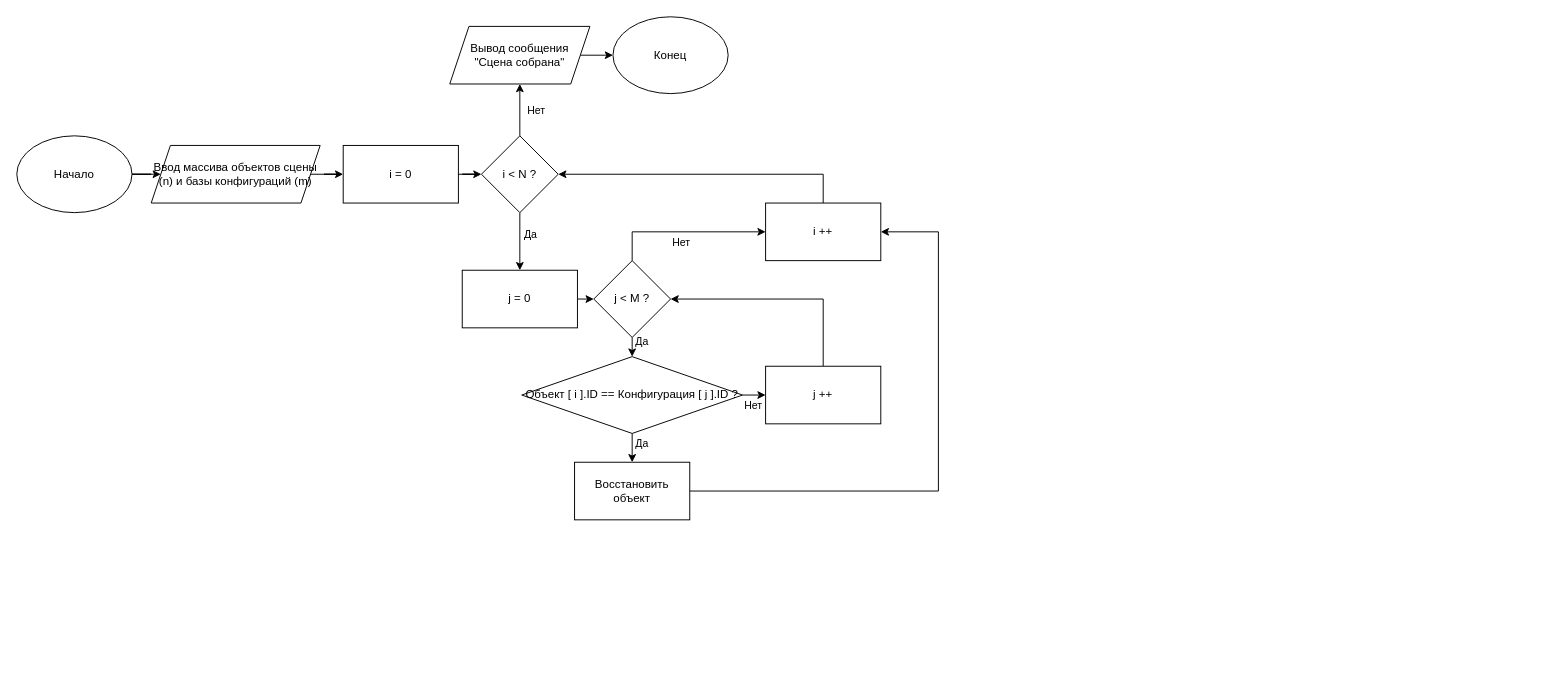
IamYonnie/Ucheb_pratc2026 keeps this draw.io diagram as models/algo_2.drawio. Above is the earlier version. Source tidied: cells renumbered, new cells numbered last; positions are measured from the earlier drawing's top-left corner, leaving out a move shared by most shapes. Both pictures are drawn from the tidied source at 96%, with x=0, y=0 at pixel (16, 16).
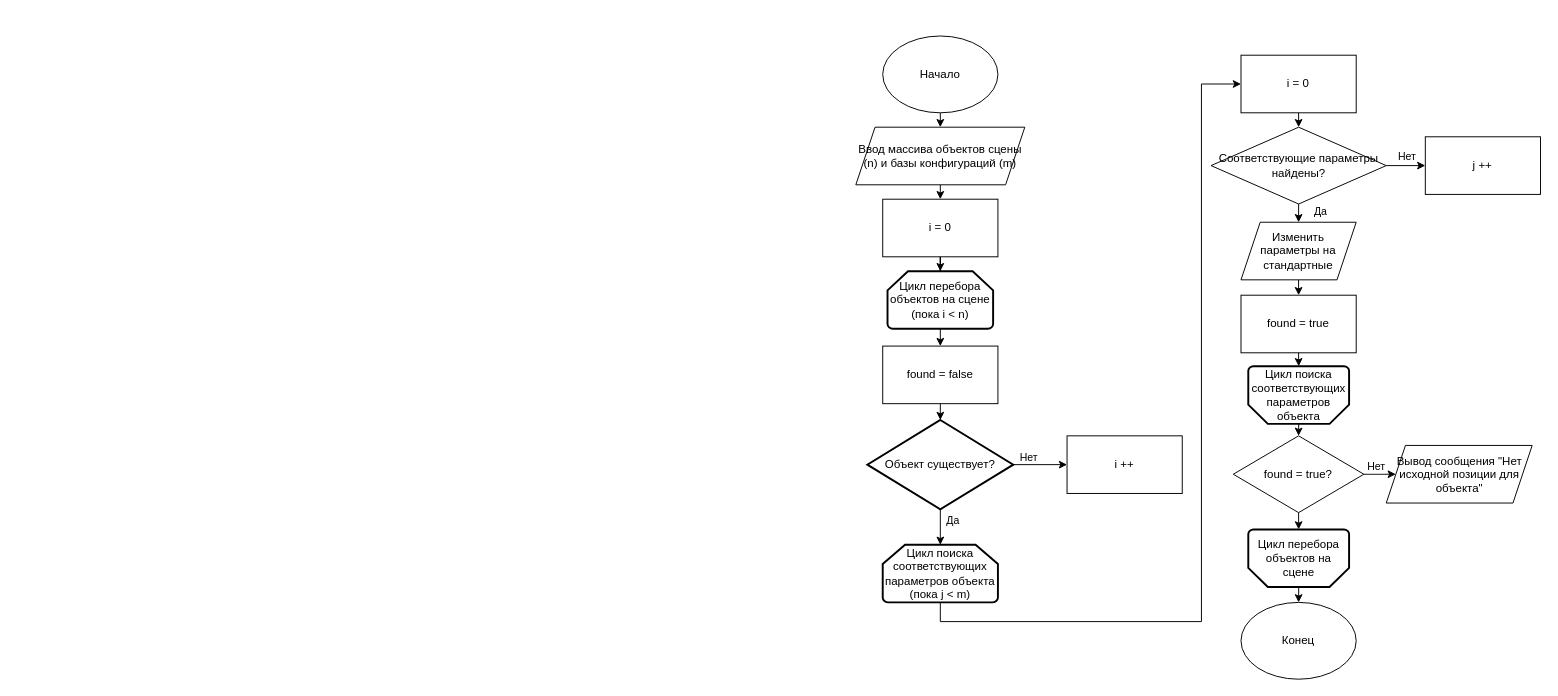
The same page after the edit.

Diff of the diagram source:
```diff
@@
-    <mxCell id="2" style="edgeStyle=orthogonalEdgeStyle;rounded=0;jettySize=auto;html=1;exitX=1;exitY=0.5;exitDx=0;exitDy=0;defaultLabelBackgroundColor=page;" parent="1" edge="1" source="3" target="5">
+    <mxCell id="2" style="edgeStyle=orthogonalEdgeStyle;rounded=0;jettySize=auto;html=1;exitX=0.5;exitY=1;exitDx=0;exitDy=0;entryX=0.5;entryY=0;entryDx=0;entryDy=0;defaultLabelBackgroundColor=page;labelPadding=0 4;" parent="1" edge="1" source="3" target="5">
       <mxGeometry relative="1" as="geometry" />
     </mxCell>
     <mxCell id="3" value="Начало" style="ellipse;whiteSpace=wrap;html=1;shapeInside=1;" parent="1" vertex="1">
-      <mxGeometry y="124" width="120" height="80" as="geometry" />
+      <mxGeometry x="902" y="20" width="120" height="80" as="geometry" />
     </mxCell>
-    <mxCell id="4" style="edgeStyle=orthogonalEdgeStyle;rounded=0;jettySize=auto;html=1;exitX=1;exitY=0.5;exitDx=0;exitDy=0;defaultLabelBackgroundColor=page;" parent="1" edge="1" source="5" target="7">
-      <mxGeometry relative="1" as="geometry" />
-    </mxCell>
+    <mxCell id="34" style="edgeStyle=orthogonalEdgeStyle;rounded=0;jettySize=auto;html=1;exitX=0.5;exitY=1;exitDx=0;exitDy=0;entryX=0.5;entryY=0;entryDx=0;entryDy=0;defaultLabelBackgroundColor=page;labelPadding=0 4;" parent="1" edge="1" source="5" target="36">
+      <mxGeometry relative="1" as="geometry" />
+    </mxCell>
     <mxCell id="5" value="Ввод массива объектов сцены (n) и базы конфигураций (m)" style="shape=parallelogram;perimeter=parallelogramPerimeter;whiteSpace=wrap;html=1;shapeInside=1;fixedSize=1;" parent="1" vertex="1">
-      <mxGeometry x="140" y="134" width="176" height="60" as="geometry" />
+      <mxGeometry x="874" y="115" width="176" height="60" as="geometry" />
     </mxCell>
-    <mxCell id="6" style="edgeStyle=orthogonalEdgeStyle;rounded=0;jettySize=auto;html=1;exitX=1;exitY=0.5;exitDx=0;exitDy=0;defaultLabelBackgroundColor=page;" parent="1" edge="1" source="7" target="12">
-      <mxGeometry relative="1" as="geometry" />
-    </mxCell>
-    <mxCell id="7" value="i = 0" style="rounded=0;whiteSpace=wrap;html=1;" parent="1" vertex="1">
-      <mxGeometry x="340" y="134" width="120" height="60" as="geometry" />
-    </mxCell>
-    <mxCell id="8" style="edgeStyle=orthogonalEdgeStyle;rounded=0;jettySize=auto;html=1;exitX=0.5;exitY=0;exitDx=0;exitDy=0;defaultLabelBackgroundColor=page;" parent="1" edge="1" source="12" target="32">
-      <mxGeometry relative="1" as="geometry" />
-    </mxCell>
-    <mxCell id="9" value="Нет" style="edgeLabel;html=1;align=center;verticalAlign=middle;inheritText=1;defaultLabelBackgroundColor=page;" parent="8" vertex="1">
-      <mxGeometry x="0.5" y="-2" relative="1" as="geometry">
-        <mxPoint x="14" y="14" as="offset" />
-      </mxGeometry>
-    </mxCell>
-    <mxCell id="10" style="edgeStyle=orthogonalEdgeStyle;rounded=0;jettySize=auto;html=1;exitX=0.5;exitY=1;exitDx=0;exitDy=0;entryX=0.5;entryY=0;entryDx=0;entryDy=0;defaultLabelBackgroundColor=page;" parent="1" edge="1" source="12" target="14">
-      <mxGeometry relative="1" as="geometry" />
-    </mxCell>
-    <mxCell id="11" value="Да" style="edgeLabel;html=1;align=center;verticalAlign=middle;inheritText=1;defaultLabelBackgroundColor=page;" parent="10" vertex="1">
-      <mxGeometry x="-0.21" y="-2" relative="1" as="geometry">
-        <mxPoint x="12" y="-2" as="offset" />
-      </mxGeometry>
-    </mxCell>
-    <mxCell id="12" value="i &amp;lt; N ?" style="rhombus;whiteSpace=wrap;html=1;shapeInside=1;" parent="1" vertex="1">
-      <mxGeometry x="484" y="124" width="80" height="80" as="geometry" />
-    </mxCell>
-    <mxCell id="13" style="edgeStyle=orthogonalEdgeStyle;rounded=0;jettySize=auto;html=1;exitX=1;exitY=0.5;exitDx=0;exitDy=0;entryX=0;entryY=0.5;entryDx=0;entryDy=0;defaultLabelBackgroundColor=page;" parent="1" edge="1" source="14" target="19">
-      <mxGeometry relative="1" as="geometry" />
-    </mxCell>
-    <mxCell id="14" value="j = 0" style="rounded=0;whiteSpace=wrap;html=1;" parent="1" vertex="1">
-      <mxGeometry x="464" y="264" width="120" height="60" as="geometry" />
-    </mxCell>
-    <mxCell id="15" style="edgeStyle=orthogonalEdgeStyle;rounded=0;jettySize=auto;html=1;exitX=0.5;exitY=0;exitDx=0;exitDy=0;defaultLabelBackgroundColor=page;" parent="1" edge="1" source="19" target="30">
-      <mxGeometry x="0.41" relative="1" as="geometry" />
-    </mxCell>
-    <mxCell id="16" value="Нет" style="edgeLabel;html=1;align=center;verticalAlign=middle;inheritText=1;defaultLabelBackgroundColor=page;" parent="15" vertex="1">
-      <mxGeometry x="-0.05" y="-2" relative="1" as="geometry">
-        <mxPoint y="8" as="offset" />
-      </mxGeometry>
-    </mxCell>
-    <mxCell id="17" style="edgeStyle=orthogonalEdgeStyle;rounded=0;jettySize=auto;html=1;exitX=0.5;exitY=1;exitDx=0;exitDy=0;entryX=0.5;entryY=0;entryDx=0;entryDy=0;defaultLabelBackgroundColor=page;" parent="1" edge="1" source="19" target="24">
-      <mxGeometry relative="1" as="geometry" />
-    </mxCell>
-    <mxCell id="18" value="Да" style="edgeLabel;html=1;align=center;verticalAlign=middle;inheritText=1;defaultLabelBackgroundColor=page;" parent="17" vertex="1">
-      <mxGeometry x="-0.72" y="1" relative="1" as="geometry">
-        <mxPoint x="8" as="offset" />
-      </mxGeometry>
-    </mxCell>
-    <mxCell id="19" value="j &amp;lt; M ?" style="rhombus;whiteSpace=wrap;html=1;shapeInside=1;" parent="1" vertex="1">
-      <mxGeometry x="601" y="254" width="80" height="80" as="geometry" />
-    </mxCell>
-    <mxCell id="20" style="edgeStyle=orthogonalEdgeStyle;rounded=0;jettySize=auto;html=1;exitX=0.5;exitY=1;exitDx=0;exitDy=0;entryX=0.5;entryY=0;entryDx=0;entryDy=0;defaultLabelBackgroundColor=page;" parent="1" edge="1" source="24" target="26">
-      <mxGeometry relative="1" as="geometry" />
-    </mxCell>
-    <mxCell id="21" value="Да" style="edgeLabel;html=1;align=center;verticalAlign=middle;inheritText=1;defaultLabelBackgroundColor=page;" parent="20" vertex="1">
-      <mxGeometry x="-0.35" relative="1" as="geometry">
-        <mxPoint x="9" as="offset" />
-      </mxGeometry>
-    </mxCell>
-    <mxCell id="22" style="edgeStyle=orthogonalEdgeStyle;rounded=0;jettySize=auto;html=1;exitX=1;exitY=0.5;exitDx=0;exitDy=0;entryX=0;entryY=0.5;entryDx=0;entryDy=0;defaultLabelBackgroundColor=page;" parent="1" edge="1" source="24" target="28">
-      <mxGeometry relative="1" as="geometry" />
-    </mxCell>
-    <mxCell id="23" value="Нет" style="edgeLabel;html=1;align=center;verticalAlign=middle;inheritText=1;defaultLabelBackgroundColor=page;" parent="22" vertex="1">
-      <mxGeometry x="-0.14" y="-2" relative="1" as="geometry">
-        <mxPoint y="8" as="offset" />
-      </mxGeometry>
-    </mxCell>
-    <mxCell id="24" value="Объект [ i ].ID == Конфигурация [ j ].ID ?" style="rhombus;whiteSpace=wrap;html=1;shapeInside=1;" parent="1" vertex="1">
-      <mxGeometry x="526" y="354" width="230" height="80" as="geometry" />
-    </mxCell>
-    <mxCell id="25" style="edgeStyle=orthogonalEdgeStyle;rounded=0;jettySize=auto;html=1;exitX=1;exitY=0.5;exitDx=0;exitDy=0;entryX=1;entryY=0.5;entryDx=0;entryDy=0;defaultLabelBackgroundColor=page;" parent="1" edge="1" source="26" target="30">
-      <mxGeometry x="0.07" relative="1" as="geometry">
-        <Array as="points">
-          <mxPoint x="960" y="494" />
-          <mxPoint x="960" y="224" />
-        </Array>
-      </mxGeometry>
-    </mxCell>
-    <mxCell id="26" value="Восстановить объект" style="rounded=0;whiteSpace=wrap;html=1;" parent="1" vertex="1">
-      <mxGeometry x="581" y="464" width="120" height="60" as="geometry" />
-    </mxCell>
-    <mxCell id="27" style="edgeStyle=orthogonalEdgeStyle;rounded=0;jettySize=auto;html=1;exitX=0.5;exitY=0;exitDx=0;exitDy=0;entryX=1;entryY=0.5;entryDx=0;entryDy=0;defaultLabelBackgroundColor=page;" parent="1" edge="1" source="28" target="19">
-      <mxGeometry x="-0.52" relative="1" as="geometry" />
-    </mxCell>
+    <mxCell id="35" style="edgeStyle=orthogonalEdgeStyle;rounded=0;jettySize=auto;html=1;defaultLabelBackgroundColor=page;labelPadding=0 4;" parent="1" edge="1" source="36" target="38">
+      <mxGeometry relative="1" as="geometry" />
+    </mxCell>
+    <mxCell id="36" value="i = 0" style="rounded=0;whiteSpace=wrap;html=1;" parent="1" vertex="1">
+      <mxGeometry x="902" y="190" width="120" height="60" as="geometry" />
+    </mxCell>
+    <mxCell id="37" style="edgeStyle=orthogonalEdgeStyle;rounded=0;jettySize=auto;html=1;exitX=0.5;exitY=1;exitDx=0;exitDy=0;exitPerimeter=0;entryX=0.5;entryY=0;entryDx=0;entryDy=0;defaultLabelBackgroundColor=page;labelPadding=0 4;" parent="1" edge="1" source="38" target="57">
+      <mxGeometry relative="1" as="geometry" />
+    </mxCell>
+    <mxCell id="38" value="Цикл перебора объектов на сцене (пока i &amp;lt; n)" style="strokeWidth=2;html=1;shape=mxgraph.flowchart.loop_limit;whiteSpace=wrap;" parent="1" vertex="1">
+      <mxGeometry x="907" y="265" width="110" height="60" as="geometry" />
+    </mxCell>
+    <mxCell id="39" style="edgeStyle=orthogonalEdgeStyle;rounded=0;jettySize=auto;html=1;exitX=0.5;exitY=1;exitDx=0;exitDy=0;exitPerimeter=0;entryX=0;entryY=0.5;entryDx=0;entryDy=0;defaultLabelBackgroundColor=page;labelPadding=0 4;" parent="1" edge="1" source="40" target="54">
+      <mxGeometry x="0.14" relative="1" as="geometry">
+        <Array as="points">
+          <mxPoint x="962" y="630" />
+          <mxPoint x="1234" y="630" />
+          <mxPoint x="1234" y="70" />
+        </Array>
+      </mxGeometry>
+    </mxCell>
+    <mxCell id="40" value="Цикл поиска соответствующих параметров объекта (пока j &amp;lt; m)" style="strokeWidth=2;html=1;shape=mxgraph.flowchart.loop_limit;whiteSpace=wrap;" parent="1" vertex="1">
+      <mxGeometry x="902" y="550" width="120" height="60" as="geometry" />
+    </mxCell>
+    <mxCell id="41" style="edgeStyle=orthogonalEdgeStyle;rounded=0;jettySize=auto;html=1;exitX=1;exitY=0.5;exitDx=0;exitDy=0;exitPerimeter=0;entryX=0;entryY=0.5;entryDx=0;entryDy=0;defaultLabelBackgroundColor=page;labelPadding=0 4;" parent="1" edge="1" source="43" target="30">
+      <mxGeometry relative="1" as="geometry" />
+    </mxCell>
+    <mxCell id="42" value="Нет" style="edgeLabel;html=1;align=center;verticalAlign=middle;inheritText=1;defaultLabelBackgroundColor=page;labelPadding=0 4;" parent="41" vertex="1">
+      <mxGeometry x="-0.74" y="-1" relative="1" as="geometry">
+        <mxPoint x="8" y="-9" as="offset" />
+      </mxGeometry>
+    </mxCell>
+    <mxCell id="43" value="Объект существует?" style="strokeWidth=2;html=1;shape=mxgraph.flowchart.decision;whiteSpace=wrap;" parent="1" vertex="1">
+      <mxGeometry x="886" y="420" width="152" height="93" as="geometry" />
+    </mxCell>
+    <mxCell id="44" style="edgeStyle=orthogonalEdgeStyle;rounded=0;jettySize=auto;html=1;exitX=0.5;exitY=1;exitDx=0;exitDy=0;exitPerimeter=0;entryX=0.5;entryY=0;entryDx=0;entryDy=0;entryPerimeter=0;defaultLabelBackgroundColor=page;labelPadding=0 4;" parent="1" edge="1" source="43" target="40">
+      <mxGeometry relative="1" as="geometry" />
+    </mxCell>
+    <mxCell id="45" value="Да" style="edgeLabel;html=1;align=center;verticalAlign=middle;inheritText=1;defaultLabelBackgroundColor=page;labelPadding=0 4;" parent="44" vertex="1">
+      <mxGeometry x="-0.42" y="2" relative="1" as="geometry">
+        <mxPoint x="10" as="offset" />
+      </mxGeometry>
+    </mxCell>
+    <mxCell id="30" value="i ++" style="rounded=0;whiteSpace=wrap;html=1;" parent="1" vertex="1">
+      <mxGeometry x="1094" y="436.5" width="120" height="60" as="geometry" />
+    </mxCell>
+    <mxCell id="46" style="edgeStyle=orthogonalEdgeStyle;rounded=0;jettySize=auto;html=1;exitX=0.5;exitY=1;exitDx=0;exitDy=0;entryX=0.5;entryY=0;entryDx=0;entryDy=0;defaultLabelBackgroundColor=page;labelPadding=0 4;" parent="1" edge="1" source="50" target="52">
+      <mxGeometry relative="1" as="geometry" />
+    </mxCell>
+    <mxCell id="47" value="Да" style="edgeLabel;html=1;align=center;verticalAlign=middle;inheritText=1;defaultLabelBackgroundColor=page;labelPadding=0 4;" parent="46" vertex="1">
+      <mxGeometry x="-0.58" y="-1" relative="1" as="geometry">
+        <mxPoint x="23" y="4" as="offset" />
+      </mxGeometry>
+    </mxCell>
+    <mxCell id="48" style="edgeStyle=orthogonalEdgeStyle;rounded=0;jettySize=auto;html=1;exitX=1;exitY=0.5;exitDx=0;exitDy=0;entryX=0;entryY=0.5;entryDx=0;entryDy=0;defaultLabelBackgroundColor=page;labelPadding=0 4;" parent="1" edge="1" source="50" target="28">
+      <mxGeometry relative="1" as="geometry" />
+    </mxCell>
+    <mxCell id="49" value="Нет" style="edgeLabel;html=1;align=center;verticalAlign=middle;inheritText=1;defaultLabelBackgroundColor=page;labelPadding=0 4;" parent="48" vertex="1">
+      <mxGeometry x="0.21" y="1" relative="1" as="geometry">
+        <mxPoint x="-4" y="-9" as="offset" />
+      </mxGeometry>
+    </mxCell>
+    <mxCell id="50" value="&lt;span style=&quot;background-color: transparent; color: light-dark(#000000, var(--ge-light-color, #ffffff)); text-decoration-line: inherit;&quot;&gt;Соответствующие параметры найдены?&lt;/span&gt;" style="rhombus;whiteSpace=wrap;html=1;shapeInside=1;" parent="1" vertex="1">
+      <mxGeometry x="1244" y="115" width="182.5" height="80" as="geometry" />
+    </mxCell>
+    <mxCell id="51" style="edgeStyle=orthogonalEdgeStyle;rounded=0;jettySize=auto;html=1;exitX=0.5;exitY=1;exitDx=0;exitDy=0;entryX=0.5;entryY=0;entryDx=0;entryDy=0;defaultLabelBackgroundColor=page;labelPadding=0 4;" parent="1" edge="1" source="52" target="59">
+      <mxGeometry relative="1" as="geometry" />
+    </mxCell>
+    <mxCell id="52" value="Изменить параметры на стандартные" style="shape=parallelogram;perimeter=parallelogramPerimeter;whiteSpace=wrap;html=1;shapeInside=1;fixedSize=1;" parent="1" vertex="1">
+      <mxGeometry x="1275.2" y="214" width="120" height="60" as="geometry" />
+    </mxCell>
+    <mxCell id="53" style="edgeStyle=orthogonalEdgeStyle;rounded=0;jettySize=auto;html=1;exitX=0.5;exitY=1;exitDx=0;exitDy=0;entryX=0.5;entryY=0;entryDx=0;entryDy=0;defaultLabelBackgroundColor=page;labelPadding=0 4;" parent="1" edge="1" source="54" target="50">
+      <mxGeometry relative="1" as="geometry" />
+    </mxCell>
+    <mxCell id="54" value="i = 0" style="rounded=0;whiteSpace=wrap;html=1;" parent="1" vertex="1">
+      <mxGeometry x="1275.2" y="40" width="120" height="60" as="geometry" />
+    </mxCell>
     <mxCell id="28" value="j ++" style="rounded=0;whiteSpace=wrap;html=1;" parent="1" vertex="1">
-      <mxGeometry x="780" y="364" width="120" height="60" as="geometry" />
+      <mxGeometry x="1467.2" y="125" width="120" height="60" as="geometry" />
     </mxCell>
-    <mxCell id="29" style="edgeStyle=orthogonalEdgeStyle;rounded=0;jettySize=auto;html=1;exitX=0.5;exitY=0;exitDx=0;exitDy=0;entryX=1;entryY=0.5;entryDx=0;entryDy=0;defaultLabelBackgroundColor=page;" parent="1" edge="1" source="30" target="12">
-      <mxGeometry relative="1" as="geometry" />
-    </mxCell>
-    <mxCell id="30" value="i ++" style="rounded=0;whiteSpace=wrap;html=1;" parent="1" vertex="1">
-      <mxGeometry x="780" y="194" width="120" height="60" as="geometry" />
-    </mxCell>
-    <mxCell id="31" style="edgeStyle=orthogonalEdgeStyle;rounded=0;jettySize=auto;html=1;exitX=1;exitY=0.5;exitDx=0;exitDy=0;entryX=0;entryY=0.5;entryDx=0;entryDy=0;defaultLabelBackgroundColor=page;" parent="1" edge="1" source="32" target="33">
-      <mxGeometry relative="1" as="geometry" />
-    </mxCell>
-    <mxCell id="32" value="Вывод сообщения &quot;Сцена собрана&quot;" style="shape=parallelogram;perimeter=parallelogramPerimeter;whiteSpace=wrap;html=1;shapeInside=1;fixedSize=1;" parent="1" vertex="1">
-      <mxGeometry x="451" y="10" width="146" height="60" as="geometry" />
-    </mxCell>
+    <mxCell id="55" style="edgeStyle=orthogonalEdgeStyle;rounded=0;jettySize=auto;html=1;exitX=0.5;exitY=0;exitDx=0;exitDy=0;exitPerimeter=0;entryX=0.5;entryY=0;entryDx=0;entryDy=0;defaultLabelBackgroundColor=page;labelPadding=0 4;" parent="1" edge="1" source="56" target="63">
+      <mxGeometry relative="1" as="geometry" />
+    </mxCell>
+    <mxCell id="56" value="Цикл поиска соответствующих параметров объекта" style="strokeWidth=2;html=1;shape=mxgraph.flowchart.loop_limit;whiteSpace=wrap;flipV=1;legacyAnchorPoints=0;" parent="1" vertex="1">
+      <mxGeometry x="1282.8" y="364" width="105" height="60" as="geometry" />
+    </mxCell>
+    <mxCell id="57" value="found = false" style="rounded=0;whiteSpace=wrap;html=1;" parent="1" vertex="1">
+      <mxGeometry x="902" y="343" width="120" height="60" as="geometry" />
+    </mxCell>
+    <mxCell id="58" style="edgeStyle=orthogonalEdgeStyle;rounded=0;jettySize=auto;html=1;exitX=0.5;exitY=1;exitDx=0;exitDy=0;entryX=0.5;entryY=0;entryDx=0;entryDy=0;entryPerimeter=0;defaultLabelBackgroundColor=page;labelPadding=0 4;" parent="1" edge="1" source="57" target="43">
+      <mxGeometry relative="1" as="geometry" />
+    </mxCell>
+    <mxCell id="59" value="found = true" style="rounded=0;whiteSpace=wrap;html=1;" parent="1" vertex="1">
+      <mxGeometry x="1275.2" y="290" width="120" height="60" as="geometry" />
+    </mxCell>
+    <mxCell id="60" style="edgeStyle=orthogonalEdgeStyle;rounded=0;jettySize=auto;html=1;exitX=0.5;exitY=1;exitDx=0;exitDy=0;entryX=0.5;entryY=1;entryDx=0;entryDy=0;entryPerimeter=0;defaultLabelBackgroundColor=page;labelPadding=0 4;" parent="1" edge="1" source="59" target="56">
+      <mxGeometry relative="1" as="geometry" />
+    </mxCell>
+    <mxCell id="61" style="edgeStyle=orthogonalEdgeStyle;rounded=0;jettySize=auto;html=1;exitX=1;exitY=0.5;exitDx=0;exitDy=0;entryX=0;entryY=0.5;entryDx=0;entryDy=0;defaultLabelBackgroundColor=page;labelPadding=0 4;" parent="1" edge="1" source="63" target="64">
+      <mxGeometry relative="1" as="geometry" />
+    </mxCell>
+    <mxCell id="62" value="Нет" style="edgeLabel;html=1;align=center;verticalAlign=middle;inheritText=1;defaultLabelBackgroundColor=page;labelPadding=0 4;" parent="61" vertex="1">
+      <mxGeometry x="-0.28" y="-4" relative="1" as="geometry">
+        <mxPoint y="-12" as="offset" />
+      </mxGeometry>
+    </mxCell>
+    <mxCell id="63" value="found = true?" style="rhombus;whiteSpace=wrap;html=1;shapeInside=1;" parent="1" vertex="1">
+      <mxGeometry x="1267.2" y="436.5" width="136" height="80" as="geometry" />
+    </mxCell>
+    <mxCell id="64" value="Вывод сообщения &quot;Нет исходной позиции для объекта&quot;" style="shape=parallelogram;perimeter=parallelogramPerimeter;whiteSpace=wrap;html=1;shapeInside=1;fixedSize=1;" parent="1" vertex="1">
+      <mxGeometry x="1426.5" y="446.5" width="152" height="60" as="geometry" />
+    </mxCell>
+    <mxCell id="65" style="edgeStyle=orthogonalEdgeStyle;rounded=0;jettySize=auto;html=1;exitX=0.5;exitY=0;exitDx=0;exitDy=0;exitPerimeter=0;entryX=0.5;entryY=0;entryDx=0;entryDy=0;defaultLabelBackgroundColor=page;labelPadding=0 4;" parent="1" edge="1" source="66" target="33">
+      <mxGeometry relative="1" as="geometry" />
+    </mxCell>
+    <mxCell id="66" value="Цикл перебора объектов на сцене" style="strokeWidth=2;html=1;shape=mxgraph.flowchart.loop_limit;whiteSpace=wrap;flipV=1;legacyAnchorPoints=0;" parent="1" vertex="1">
+      <mxGeometry x="1282.8" y="534" width="105" height="60" as="geometry" />
+    </mxCell>
+    <mxCell id="67" style="edgeStyle=orthogonalEdgeStyle;rounded=0;jettySize=auto;html=1;exitX=0.5;exitY=1;exitDx=0;exitDy=0;entryX=0.5;entryY=1;entryDx=0;entryDy=0;entryPerimeter=0;defaultLabelBackgroundColor=page;labelPadding=0 4;" parent="1" edge="1" source="63" target="66">
+      <mxGeometry relative="1" as="geometry" />
+    </mxCell>
     <mxCell id="33" value="Конец" style="ellipse;whiteSpace=wrap;html=1;shapeInside=1;" parent="1" vertex="1">
-      <mxGeometry x="621" width="120" height="80" as="geometry" />
+      <mxGeometry x="1275.2" y="610" width="120" height="80" as="geometry" />
     </mxCell>
```
